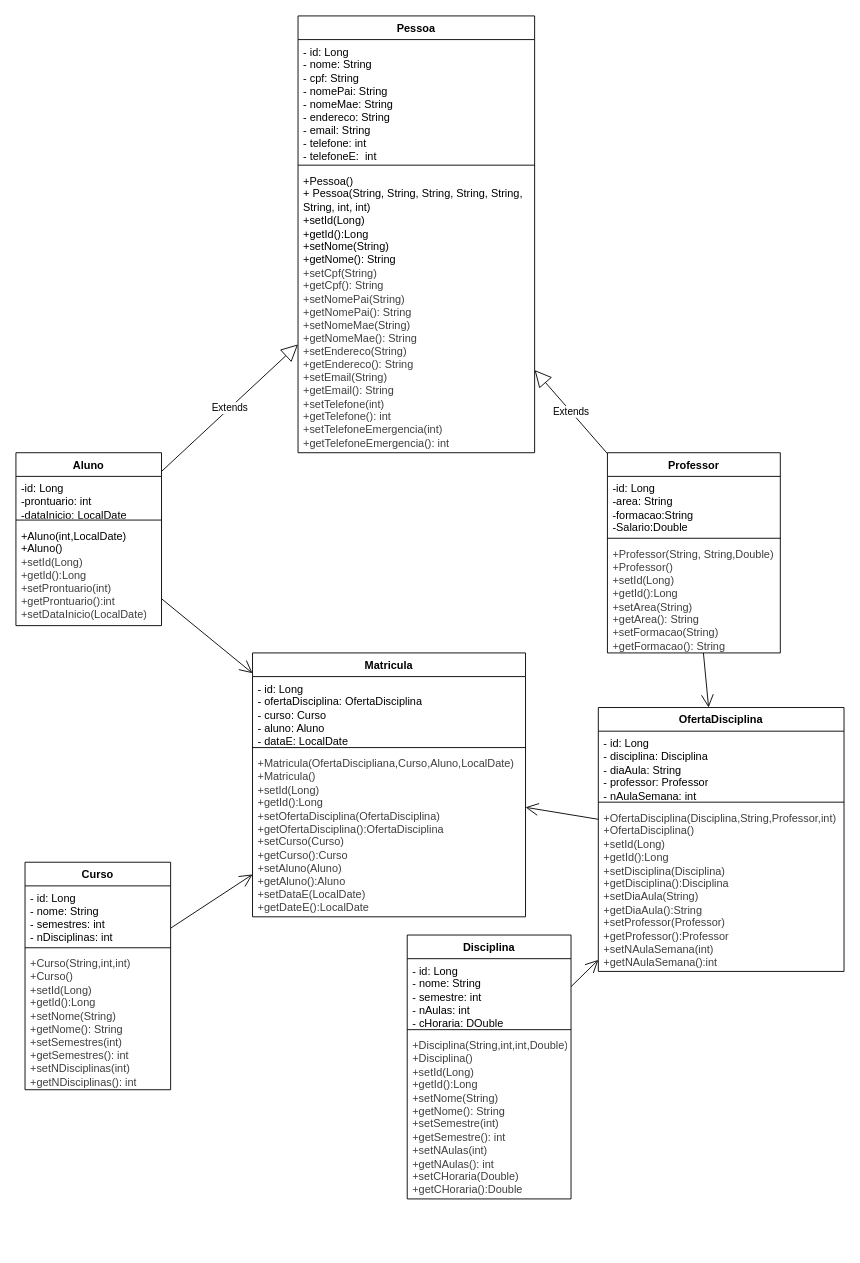
Above: diagramaClasse.drawio in Dinothay/OfertaMatricula (draw.io), before the change. Source tidied: cells renumbered, new cells numbered last; positions are measured from the earlier drawing's top-left corner, leaving out a move shared by most shapes. Both pictures are drawn from the tidied source at 91%, with x=0, y=0 at pixel (15, 15).
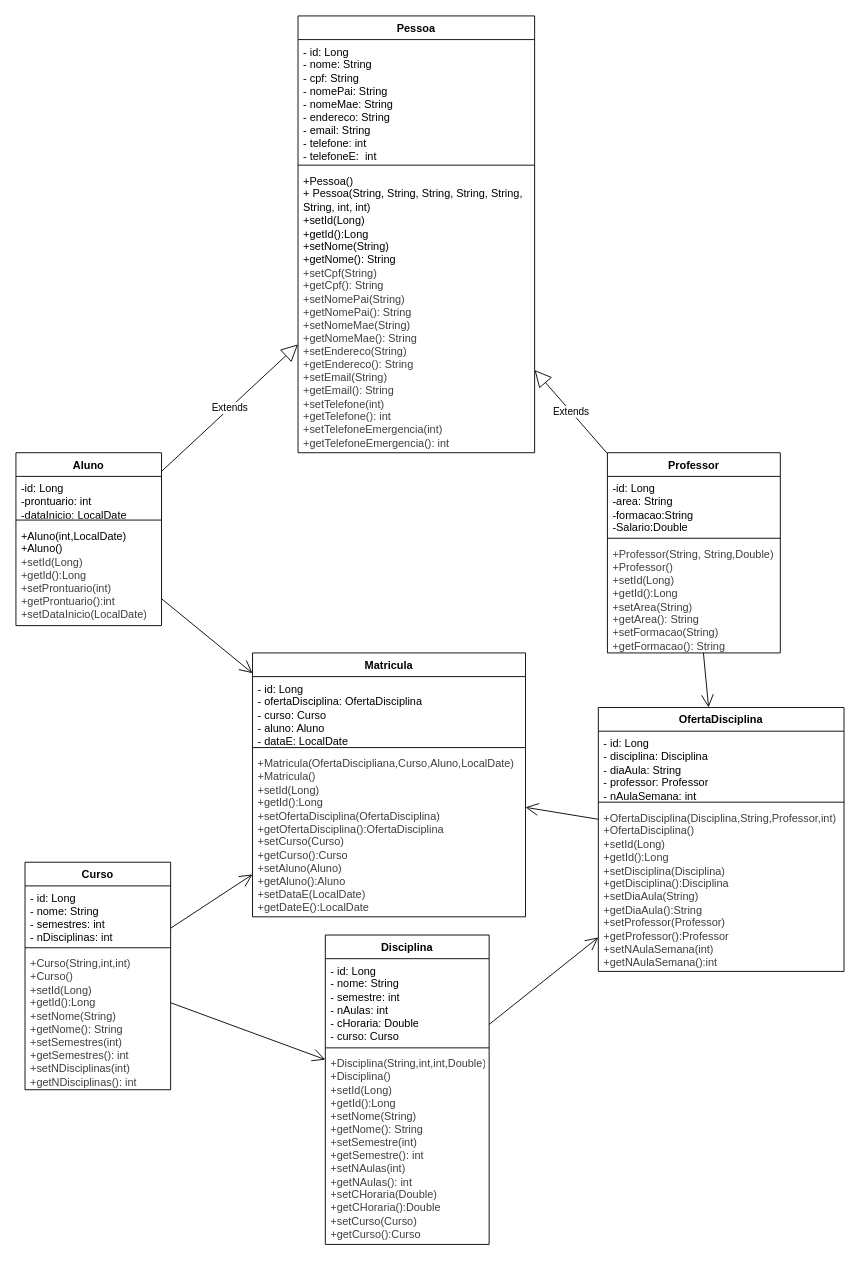
Above is the later version.

The change refers to these unchanged cells:
```xml
<mxCell id="14" value="Curso" style="swimlane;fontStyle=1;align=center;verticalAlign=top;horizontal=1;startSize=26;whiteSpace=wrap;html=1;" parent="1" vertex="1">
  <mxGeometry x="10" y="930" width="160" height="250" as="geometry" />
</mxCell>
```

What changed in the source:
```diff
@@
     <mxCell id="18" value="Disciplina" style="swimlane;fontStyle=1;align=center;verticalAlign=top;horizontal=1;startSize=26;whiteSpace=wrap;html=1;" parent="1" vertex="1">
-      <mxGeometry x="430" y="1010" width="180" height="290" as="geometry" />
+      <mxGeometry x="340" y="1010" width="180" height="340" as="geometry" />
     </mxCell>
-    <mxCell id="19" value="&lt;span style=&quot;scrollbar-color: rgb(226, 226, 226) rgb(251, 251, 251); color: rgb(0, 0, 0);&quot;&gt;- id: Long&lt;/span&gt;&lt;br style=&quot;scrollbar-color: rgb(226, 226, 226) rgb(251, 251, 251); color: rgb(63, 63, 63);&quot;&gt;&lt;span style=&quot;scrollbar-color: rgb(226, 226, 226) rgb(251, 251, 251); color: rgb(0, 0, 0);&quot;&gt;- nome: String&lt;/span&gt;&lt;div style=&quot;color: rgb(63, 63, 63); scrollbar-color: rgb(226, 226, 226) rgb(251, 251, 251);&quot;&gt;&lt;span style=&quot;scrollbar-color: rgb(226, 226, 226) rgb(251, 251, 251); color: rgb(0, 0, 0);&quot;&gt;- semestre: int&lt;/span&gt;&lt;/div&gt;&lt;div style=&quot;color: rgb(63, 63, 63); scrollbar-color: rgb(226, 226, 226) rgb(251, 251, 251);&quot;&gt;&lt;span style=&quot;scrollbar-color: rgb(226, 226, 226) rgb(251, 251, 251); color: rgb(0, 0, 0);&quot;&gt;- nAulas: int&lt;/span&gt;&lt;/div&gt;&lt;div style=&quot;color: rgb(63, 63, 63); scrollbar-color: rgb(226, 226, 226) rgb(251, 251, 251);&quot;&gt;&lt;span style=&quot;scrollbar-color: rgb(226, 226, 226) rgb(251, 251, 251); color: rgb(0, 0, 0);&quot;&gt;- cHoraria: DOuble&lt;/span&gt;&lt;/div&gt;" style="text;strokeColor=none;fillColor=none;align=left;verticalAlign=top;spacingLeft=4;spacingRight=4;overflow=hidden;whiteSpace=wrap;html=1;" parent="18" vertex="1">
-      <mxGeometry y="26" width="180" height="74" as="geometry" />
+    <mxCell id="19" value="&lt;span style=&quot;scrollbar-color: rgb(226, 226, 226) rgb(251, 251, 251); color: rgb(0, 0, 0);&quot;&gt;- id: Long&lt;/span&gt;&lt;br style=&quot;scrollbar-color: rgb(226, 226, 226) rgb(251, 251, 251); color: rgb(63, 63, 63);&quot;&gt;&lt;span style=&quot;scrollbar-color: rgb(226, 226, 226) rgb(251, 251, 251); color: rgb(0, 0, 0);&quot;&gt;- nome: String&lt;/span&gt;&lt;div style=&quot;color: rgb(63, 63, 63); scrollbar-color: rgb(226, 226, 226) rgb(251, 251, 251);&quot;&gt;&lt;span style=&quot;scrollbar-color: rgb(226, 226, 226) rgb(251, 251, 251); color: rgb(0, 0, 0);&quot;&gt;- semestre: int&lt;/span&gt;&lt;/div&gt;&lt;div style=&quot;color: rgb(63, 63, 63); scrollbar-color: rgb(226, 226, 226) rgb(251, 251, 251);&quot;&gt;&lt;span style=&quot;scrollbar-color: rgb(226, 226, 226) rgb(251, 251, 251); color: rgb(0, 0, 0);&quot;&gt;- nAulas: int&lt;/span&gt;&lt;/div&gt;&lt;div style=&quot;color: rgb(63, 63, 63); scrollbar-color: rgb(226, 226, 226) rgb(251, 251, 251);&quot;&gt;&lt;span style=&quot;scrollbar-color: rgb(226, 226, 226) rgb(251, 251, 251); color: rgb(0, 0, 0);&quot;&gt;- cHoraria: Double&lt;/span&gt;&lt;/div&gt;&lt;div style=&quot;color: rgb(63, 63, 63); scrollbar-color: rgb(226, 226, 226) rgb(251, 251, 251);&quot;&gt;&lt;span style=&quot;scrollbar-color: rgb(226, 226, 226) rgb(251, 251, 251); color: rgb(0, 0, 0);&quot;&gt;- curso: Curso&lt;/span&gt;&lt;/div&gt;" style="text;strokeColor=none;fillColor=none;align=left;verticalAlign=top;spacingLeft=4;spacingRight=4;overflow=hidden;whiteSpace=wrap;html=1;" parent="18" vertex="1">
+      <mxGeometry y="26" width="180" height="94" as="geometry" />
     </mxCell>
     <mxCell id="20" style="line;strokeWidth=1;fillColor=none;align=left;verticalAlign=middle;spacingTop=-1;spacingLeft=3;spacingRight=3;labelPosition=right;strokeColor=inherit;" parent="18" vertex="1">
-      <mxGeometry y="100" width="180" height="8" as="geometry" />
+      <mxGeometry y="120" width="180" height="8" as="geometry" />
     </mxCell>
-    <mxCell id="21" value="&lt;div style=&quot;scrollbar-color: rgb(226, 226, 226) rgb(251, 251, 251); color: rgb(63, 63, 63);&quot;&gt;+Disciplina(String,int,int,Double&lt;span style=&quot;background-color: transparent;&quot;&gt;)&lt;/span&gt;&lt;/div&gt;&lt;div style=&quot;scrollbar-color: rgb(226, 226, 226) rgb(251, 251, 251); color: rgb(63, 63, 63);&quot;&gt;+Disciplina()&lt;/div&gt;&lt;div style=&quot;scrollbar-color: rgb(226, 226, 226) rgb(251, 251, 251); color: rgb(63, 63, 63);&quot;&gt;+setId(Long)&lt;/div&gt;&lt;div style=&quot;scrollbar-color: rgb(226, 226, 226) rgb(251, 251, 251); color: rgb(63, 63, 63);&quot;&gt;+getId():Long&lt;/div&gt;&lt;div style=&quot;scrollbar-color: rgb(226, 226, 226) rgb(251, 251, 251); color: rgb(63, 63, 63);&quot;&gt;+setNome(String)&lt;/div&gt;&lt;div style=&quot;scrollbar-color: rgb(226, 226, 226) rgb(251, 251, 251); color: rgb(63, 63, 63);&quot;&gt;+getNome(): String&lt;/div&gt;&lt;div style=&quot;scrollbar-color: rgb(226, 226, 226) rgb(251, 251, 251); color: rgb(63, 63, 63);&quot;&gt;&lt;div style=&quot;scrollbar-color: rgb(226, 226, 226) rgb(251, 251, 251); color: rgb(63, 63, 63);&quot;&gt;+setSemestre(int)&lt;/div&gt;&lt;div style=&quot;scrollbar-color: rgb(226, 226, 226) rgb(251, 251, 251); color: rgb(63, 63, 63);&quot;&gt;+getSemestre(): int&lt;/div&gt;&lt;div style=&quot;scrollbar-color: rgb(226, 226, 226) rgb(251, 251, 251); color: rgb(63, 63, 63);&quot;&gt;&lt;div style=&quot;scrollbar-color: rgb(226, 226, 226) rgb(251, 251, 251); color: rgb(63, 63, 63);&quot;&gt;+setNAulas(int)&lt;/div&gt;&lt;div style=&quot;scrollbar-color: rgb(226, 226, 226) rgb(251, 251, 251); color: rgb(63, 63, 63);&quot;&gt;+getNAulas(): int&lt;/div&gt;&lt;div style=&quot;scrollbar-color: rgb(226, 226, 226) rgb(251, 251, 251); color: rgb(63, 63, 63);&quot;&gt;+setCHoraria(Double)&lt;/div&gt;&lt;div style=&quot;scrollbar-color: rgb(226, 226, 226) rgb(251, 251, 251); color: rgb(63, 63, 63);&quot;&gt;+getCHoraria():Double&lt;/div&gt;&lt;/div&gt;&lt;/div&gt;" style="text;strokeColor=none;fillColor=none;align=left;verticalAlign=top;spacingLeft=4;spacingRight=4;overflow=hidden;whiteSpace=wrap;html=1;" parent="18" vertex="1">
-      <mxGeometry y="108" width="180" height="182" as="geometry" />
+    <mxCell id="21" value="&lt;div style=&quot;scrollbar-color: rgb(226, 226, 226) rgb(251, 251, 251); color: rgb(63, 63, 63);&quot;&gt;+Disciplina(String,int,int,Double&lt;span style=&quot;background-color: transparent;&quot;&gt;)&lt;/span&gt;&lt;/div&gt;&lt;div style=&quot;scrollbar-color: rgb(226, 226, 226) rgb(251, 251, 251); color: rgb(63, 63, 63);&quot;&gt;+Disciplina()&lt;/div&gt;&lt;div style=&quot;scrollbar-color: rgb(226, 226, 226) rgb(251, 251, 251); color: rgb(63, 63, 63);&quot;&gt;+setId(Long)&lt;/div&gt;&lt;div style=&quot;scrollbar-color: rgb(226, 226, 226) rgb(251, 251, 251); color: rgb(63, 63, 63);&quot;&gt;+getId():Long&lt;/div&gt;&lt;div style=&quot;scrollbar-color: rgb(226, 226, 226) rgb(251, 251, 251); color: rgb(63, 63, 63);&quot;&gt;+setNome(String)&lt;/div&gt;&lt;div style=&quot;scrollbar-color: rgb(226, 226, 226) rgb(251, 251, 251); color: rgb(63, 63, 63);&quot;&gt;+getNome(): String&lt;/div&gt;&lt;div style=&quot;scrollbar-color: rgb(226, 226, 226) rgb(251, 251, 251); color: rgb(63, 63, 63);&quot;&gt;&lt;div style=&quot;scrollbar-color: rgb(226, 226, 226) rgb(251, 251, 251); color: rgb(63, 63, 63);&quot;&gt;+setSemestre(int)&lt;/div&gt;&lt;div style=&quot;scrollbar-color: rgb(226, 226, 226) rgb(251, 251, 251); color: rgb(63, 63, 63);&quot;&gt;+getSemestre(): int&lt;/div&gt;&lt;div style=&quot;scrollbar-color: rgb(226, 226, 226) rgb(251, 251, 251); color: rgb(63, 63, 63);&quot;&gt;&lt;div style=&quot;scrollbar-color: rgb(226, 226, 226) rgb(251, 251, 251); color: rgb(63, 63, 63);&quot;&gt;+setNAulas(int)&lt;/div&gt;&lt;div style=&quot;scrollbar-color: rgb(226, 226, 226) rgb(251, 251, 251); color: rgb(63, 63, 63);&quot;&gt;+getNAulas(): int&lt;/div&gt;&lt;div style=&quot;scrollbar-color: rgb(226, 226, 226) rgb(251, 251, 251); color: rgb(63, 63, 63);&quot;&gt;+setCHoraria(Double)&lt;/div&gt;&lt;div style=&quot;scrollbar-color: rgb(226, 226, 226) rgb(251, 251, 251); color: rgb(63, 63, 63);&quot;&gt;+getCHoraria():Double&lt;/div&gt;&lt;div style=&quot;scrollbar-color: rgb(226, 226, 226) rgb(251, 251, 251); color: rgb(63, 63, 63);&quot;&gt;+setCurso(Curso)&lt;/div&gt;&lt;div style=&quot;scrollbar-color: rgb(226, 226, 226) rgb(251, 251, 251); color: rgb(63, 63, 63);&quot;&gt;+getCurso():Curso&lt;/div&gt;&lt;/div&gt;&lt;/div&gt;" style="text;strokeColor=none;fillColor=none;align=left;verticalAlign=top;spacingLeft=4;spacingRight=4;overflow=hidden;whiteSpace=wrap;html=1;" parent="18" vertex="1">
+      <mxGeometry y="128" width="180" height="212" as="geometry" />
     </mxCell>
@@
+    <mxCell id="37" style="endArrow=open;endFill=1;endSize=12;html=1;" parent="1" edge="1" source="14" target="18">
+      <mxGeometry relative="1" as="geometry" />
+    </mxCell>
```
